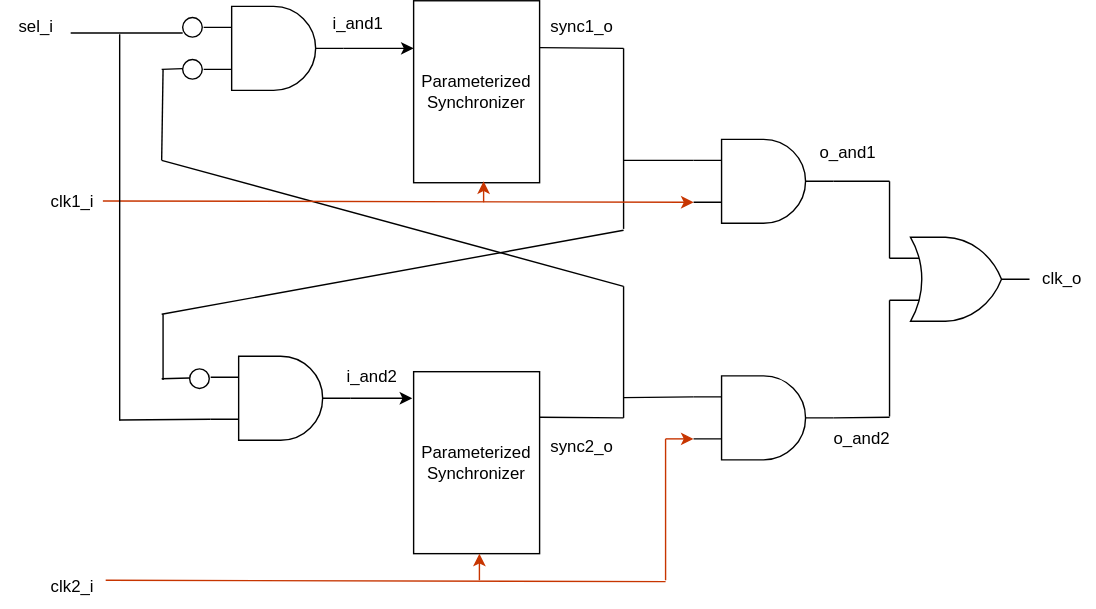
This is document/source/adn_clk_rst_clk_mux_des.svg from ADN-VLSI/adn_clk_rst, a draw.io export, as it was before one commit. Source tidied: cells renumbered, new cells last; positions are measured from the earlier drawing's top-left corner, leaving out a move shared by most shapes.
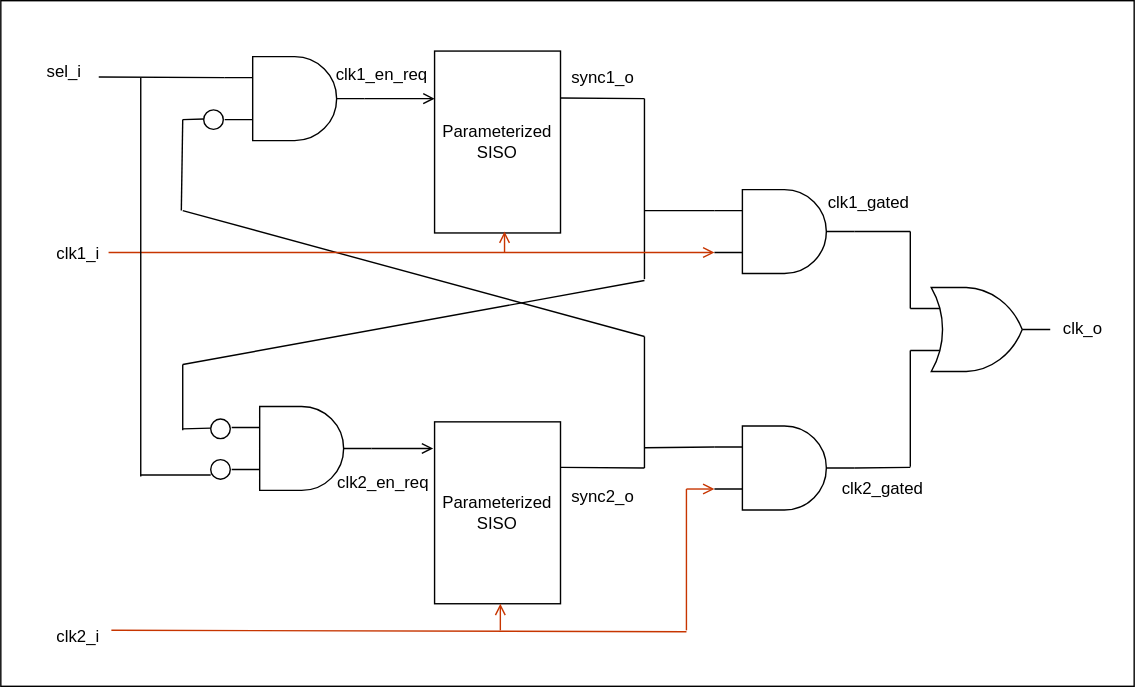
Later version of the same file.

Commit message:
clock mux with SISO

Diff of the diagram source:
```diff
@@ -2,7 +2,13 @@
   <root>
     <mxCell id="0" />
     <mxCell id="1" parent="0" />
+    <mxCell id="49" style="rounded=0;whiteSpace=wrap;html=1;" parent="1" vertex="1">
+      <mxGeometry x="-15" y="-36" width="810" height="490" as="geometry" />
+    </mxCell>
+    <mxCell id="30" style="ellipse;whiteSpace=wrap;html=1;" parent="1" vertex="1">
+      <mxGeometry x="135" y="292" width="14" height="14" as="geometry" />
+    </mxCell>
-    <mxCell id="2" style="edgeStyle=none;html=1;" parent="1" edge="1" source="3">
+    <mxCell id="2" style="edgeStyle=none;html=1;endArrow=open;endFill=0;" parent="1" edge="1" source="3">
       <mxGeometry relative="1" as="geometry">
         <mxPoint x="295" y="34" as="targetPoint" />
       </mxGeometry>
@@ -10,7 +16,7 @@
     <mxCell id="3" style="verticalLabelPosition=bottom;shadow=0;dashed=0;align=center;html=1;verticalAlign=top;shape=mxgraph.electrical.logic_gates.logic_gate;operation=and;" parent="1" vertex="1">
       <mxGeometry x="145" y="4" width="100" height="60" as="geometry" />
     </mxCell>
-    <mxCell id="4" style="edgeStyle=none;html=1;" parent="1" edge="1" source="5">
+    <mxCell id="4" style="edgeStyle=none;html=1;endArrow=open;endFill=0;" parent="1" edge="1" source="5">
       <mxGeometry relative="1" as="geometry">
         <mxPoint x="294" y="284" as="targetPoint" />
       </mxGeometry>
@@ -18,7 +24,7 @@
     <mxCell id="5" style="verticalLabelPosition=bottom;shadow=0;dashed=0;align=center;html=1;verticalAlign=top;shape=mxgraph.electrical.logic_gates.logic_gate;operation=and;" parent="1" vertex="1">
       <mxGeometry x="150" y="254" width="100" height="60" as="geometry" />
     </mxCell>
-    <mxCell id="6" value="Parameterized&lt;div&gt;Synchronizer&lt;/div&gt;" style="rounded=0;whiteSpace=wrap;html=1;" parent="1" vertex="1">
+    <mxCell id="6" value="Parameterized&lt;div&gt;&lt;font color=&quot;#000000&quot;&gt;SISO&lt;/font&gt;&lt;/div&gt;" style="rounded=0;whiteSpace=wrap;html=1;" parent="1" vertex="1">
       <mxGeometry x="295" width="90" height="130" as="geometry" />
     </mxCell>
     <mxCell id="7" style="verticalLabelPosition=bottom;shadow=0;dashed=0;align=center;html=1;verticalAlign=top;shape=mxgraph.electrical.logic_gates.logic_gate;operation=and;" parent="1" vertex="1">
@@ -36,11 +42,11 @@
         <mxPoint x="445" y="34" as="targetPoint" />
       </mxGeometry>
     </mxCell>
-    <mxCell id="11" value="Parameterized&lt;div&gt;Synchronizer&lt;/div&gt;" style="rounded=0;whiteSpace=wrap;html=1;" parent="1" vertex="1">
+    <mxCell id="11" value="Parameterized&lt;div&gt;SISO&lt;/div&gt;" style="rounded=0;whiteSpace=wrap;html=1;" parent="1" vertex="1">
       <mxGeometry x="295" y="265" width="90" height="130" as="geometry" />
     </mxCell>
     <mxCell id="12" value="clk1_i" style="text;html=1;align=center;verticalAlign=middle;points=[];strokeColor=none;fillColor=none;" parent="1" vertex="1">
-      <mxGeometry x="26" y="129" width="50" height="30" as="geometry" />
+      <mxGeometry x="15" y="130" width="50" height="30" as="geometry" />
     </mxCell>
     <mxCell id="13" style="endArrow=none;html=1;" parent="1" edge="1">
       <mxGeometry relative="1" as="geometry">
@@ -56,8 +62,8 @@
     </mxCell>
     <mxCell id="15" style="endArrow=none;html=1;" parent="1" edge="1">
       <mxGeometry relative="1" as="geometry">
-        <mxPoint x="116" y="271" as="sourcePoint" />
-        <mxPoint x="116" y="224" as="targetPoint" />
+        <mxPoint x="115" y="271" as="sourcePoint" />
+        <mxPoint x="115" y="224" as="targetPoint" />
       </mxGeometry>
     </mxCell>
     <mxCell id="16" style="endArrow=none;html=1;" parent="1" edge="1">
@@ -80,8 +86,8 @@
     </mxCell>
     <mxCell id="19" style="endArrow=none;html=1;" parent="1" edge="1">
       <mxGeometry relative="1" as="geometry">
-        <mxPoint x="115" y="114" as="sourcePoint" />
-        <mxPoint x="116" y="49" as="targetPoint" />
+        <mxPoint x="114" y="114" as="sourcePoint" />
+        <mxPoint x="115" y="49" as="targetPoint" />
       </mxGeometry>
     </mxCell>
     <mxCell id="20" style="endArrow=none;html=1;entryX=0;entryY=0.25;entryDx=0;entryDy=0;entryPerimeter=0;" parent="1" edge="1">
@@ -135,31 +141,22 @@
         <mxPoint x="135" y="269.5" as="targetPoint" />
       </mxGeometry>
     </mxCell>
-    <mxCell id="30" style="ellipse;whiteSpace=wrap;html=1;" parent="1" vertex="1">
-      <mxGeometry x="130" y="12" width="14" height="14" as="geometry" />
-    </mxCell>
     <mxCell id="31" value="sel_i" style="text;html=1;align=center;verticalAlign=middle;strokeColor=none;fillColor=none;" parent="1" vertex="1">
-      <mxGeometry y="4" width="50" height="30" as="geometry" />
+      <mxGeometry x="5" width="50" height="30" as="geometry" />
     </mxCell>
-    <mxCell id="32" style="endArrow=none;html=1;" parent="1" edge="1">
-      <mxGeometry relative="1" as="geometry">
-        <mxPoint x="50" y="23" as="sourcePoint" />
-        <mxPoint x="130" y="23" as="targetPoint" />
-      </mxGeometry>
-    </mxCell>
     <mxCell id="33" value="clk2_i" style="text;html=1;align=center;verticalAlign=middle;points=[];strokeColor=none;fillColor=none;" parent="1" vertex="1">
-      <mxGeometry x="26" y="404" width="50" height="30" as="geometry" />
+      <mxGeometry x="15" y="404" width="50" height="30" as="geometry" />
     </mxCell>
-    <mxCell id="34" style="edgeStyle=none;html=1;exitX=0.94;exitY=0.467;exitDx=0;exitDy=0;exitPerimeter=0;entryX=0;entryY=0.75;entryDx=0;entryDy=0;entryPerimeter=0;fillColor=#fa6800;strokeColor=#C73500;" parent="1" edge="1" source="12" target="7">
+    <mxCell id="34" style="edgeStyle=none;html=1;exitX=0.94;exitY=0.467;exitDx=0;exitDy=0;exitPerimeter=0;entryX=0;entryY=0.75;entryDx=0;entryDy=0;entryPerimeter=0;fillColor=#fa6800;strokeColor=#C73500;endArrow=open;endFill=0;" parent="1" edge="1" source="12" target="7">
       <mxGeometry relative="1" as="geometry" />
     </mxCell>
-    <mxCell id="35" style="endArrow=classic;html=1;fillColor=#fa6800;strokeColor=#C73500;" parent="1" edge="1">
+    <mxCell id="35" style="endArrow=open;html=1;fillColor=#fa6800;strokeColor=#C73500;endFill=0;" parent="1" edge="1">
       <mxGeometry relative="1" as="geometry">
         <mxPoint x="345" y="144" as="sourcePoint" />
         <mxPoint x="345" y="129" as="targetPoint" />
       </mxGeometry>
     </mxCell>
-    <mxCell id="36" style="endArrow=classic;html=1;fillColor=#fa6800;strokeColor=#C73500;" parent="1" edge="1">
+    <mxCell id="36" style="endArrow=open;html=1;fillColor=#fa6800;strokeColor=#C73500;endFill=0;" parent="1" edge="1">
       <mxGeometry relative="1" as="geometry">
         <mxPoint x="342" y="414" as="sourcePoint" />
         <mxPoint x="342" y="395" as="targetPoint" />
@@ -176,7 +173,7 @@
         <mxPoint x="475" y="313" as="targetPoint" />
       </mxGeometry>
     </mxCell>
-    <mxCell id="39" style="endArrow=classic;html=1;fillColor=#fa6800;strokeColor=#C73500;" parent="1" edge="1">
+    <mxCell id="39" style="endArrow=open;html=1;fillColor=#fa6800;strokeColor=#C73500;endFill=0;" parent="1" edge="1">
       <mxGeometry relative="1" as="geometry">
         <mxPoint x="475" y="313" as="sourcePoint" />
         <mxPoint x="495" y="313" as="targetPoint" />
@@ -184,26 +181,18 @@
     </mxCell>
     <mxCell id="40" style="endArrow=none;html=1;" parent="1" edge="1">
       <mxGeometry relative="1" as="geometry">
-        <mxPoint x="85" y="300" as="sourcePoint" />
-        <mxPoint x="85" y="24" as="targetPoint" />
+        <mxPoint x="85" y="304" as="sourcePoint" />
+        <mxPoint x="85" y="19" as="targetPoint" />
       </mxGeometry>
     </mxCell>
-    <mxCell id="41" style="endArrow=none;html=1;entryX=0;entryY=0.75;entryDx=0;entryDy=0;entryPerimeter=0;" parent="1" edge="1" target="5">
-      <mxGeometry relative="1" as="geometry">
-        <mxPoint x="85" y="299.5" as="sourcePoint" />
-      </mxGeometry>
-    </mxCell>
-    <mxCell id="42" value="i_and1" style="text;html=1;align=center;verticalAlign=middle;strokeColor=none;fillColor=none;" parent="1" vertex="1">
-      <mxGeometry x="225" y="2" width="60" height="30" as="geometry" />
+    <mxCell id="42" value="clk1_en_req" style="text;html=1;align=center;verticalAlign=middle;strokeColor=none;fillColor=none;" parent="1" vertex="1">
+      <mxGeometry x="212" y="2" width="90" height="30" as="geometry" />
     </mxCell>
-    <mxCell id="43" value="i_and2" style="text;html=1;align=center;verticalAlign=middle;strokeColor=none;fillColor=none;" parent="1" vertex="1">
-      <mxGeometry x="235" y="254" width="60" height="30" as="geometry" />
-    </mxCell>
-    <mxCell id="44" value="o_and1" style="text;html=1;align=center;verticalAlign=middle;strokeColor=none;fillColor=none;" parent="1" vertex="1">
-      <mxGeometry x="575" y="94" width="60" height="30" as="geometry" />
+    <mxCell id="44" value="clk1_gated" style="text;html=1;align=center;verticalAlign=middle;strokeColor=none;fillColor=none;" parent="1" vertex="1">
+      <mxGeometry x="565" y="94" width="80" height="30" as="geometry" />
     </mxCell>
-    <mxCell id="45" value="o_and2" style="text;html=1;align=center;verticalAlign=middle;strokeColor=none;fillColor=none;" parent="1" vertex="1">
-      <mxGeometry x="585" y="298" width="60" height="30" as="geometry" />
+    <mxCell id="45" value="clk2_gated" style="text;html=1;align=center;verticalAlign=middle;strokeColor=none;fillColor=none;" parent="1" vertex="1">
+      <mxGeometry x="575" y="298" width="80" height="30" as="geometry" />
     </mxCell>
     <mxCell id="46" value="clk_o" style="text;html=1;align=center;verticalAlign=middle;strokeColor=none;fillColor=none;" parent="1" vertex="1">
       <mxGeometry x="733" y="184" width="50" height="30" as="geometry" />
@@ -214,5 +203,19 @@
     <mxCell id="48" value="sync2_o" style="text;html=1;align=center;verticalAlign=middle;strokeColor=none;fillColor=none;" parent="1" vertex="1">
       <mxGeometry x="380" y="304" width="70" height="30" as="geometry" />
     </mxCell>
+    <mxCell id="50" value="clk2_en_req" style="text;html=1;align=center;verticalAlign=middle;strokeColor=none;fillColor=none;" parent="1" vertex="1">
+      <mxGeometry x="213" y="294" width="90" height="30" as="geometry" />
+    </mxCell>
+    <mxCell id="51" style="endArrow=none;html=1;exitX=1;exitY=0.417;exitDx=0;exitDy=0;exitPerimeter=0;entryX=0;entryY=0.25;entryDx=0;entryDy=0;entryPerimeter=0;" parent="1" edge="1" target="3">
+      <mxGeometry relative="1" as="geometry">
+        <mxPoint x="55" y="18.5" as="sourcePoint" />
+      </mxGeometry>
+    </mxCell>
+    <mxCell id="52" style="endArrow=none;html=1;" parent="1" edge="1">
+      <mxGeometry relative="1" as="geometry">
+        <mxPoint x="85" y="303" as="sourcePoint" />
+        <mxPoint x="135" y="303" as="targetPoint" />
+      </mxGeometry>
+    </mxCell>
   </root>
 </mxGraphModel>
```
